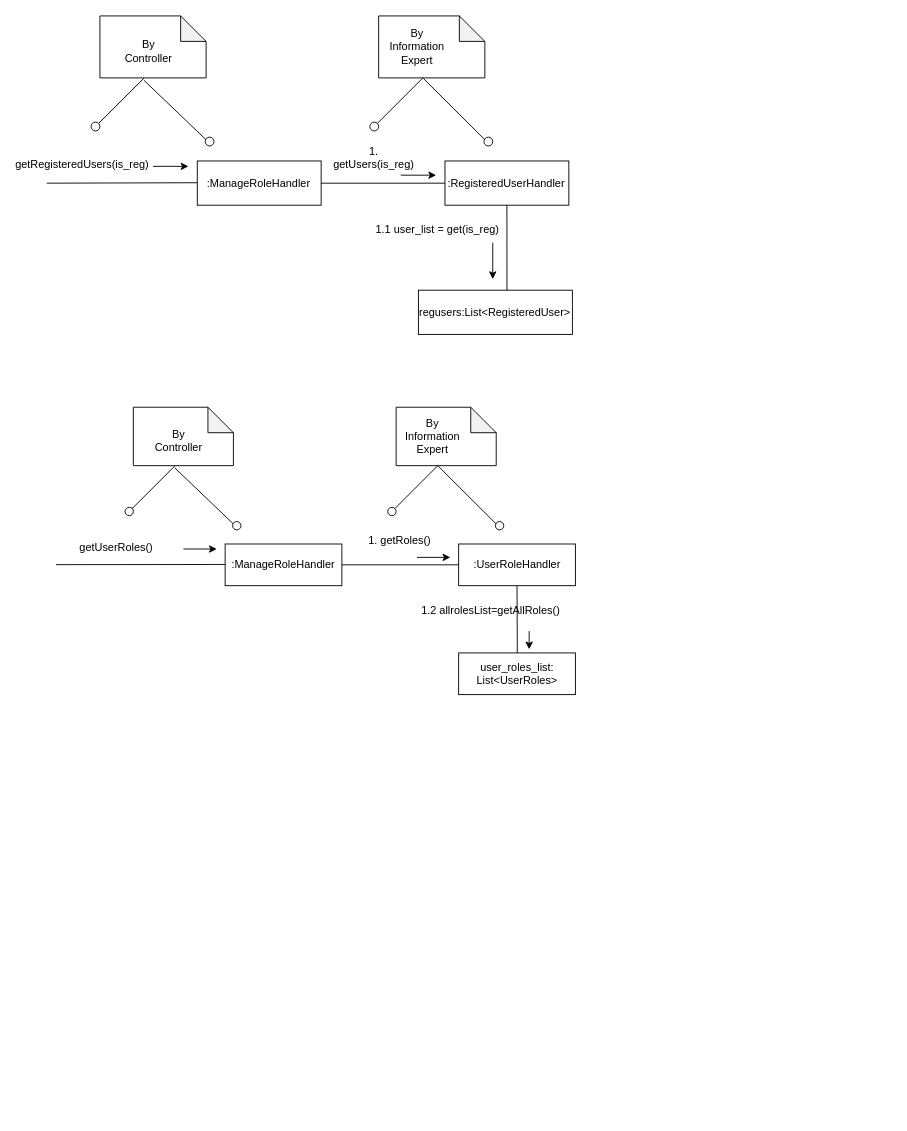
The draw.io diagram page "Page-1" (1 of 3) of operation_diagram_1.drawio in jonamadk/DrawIO, before the edit. Source tidied: cells renumbered, new cells numbered last; positions are measured from the earlier drawing's top-left corner, leaving out a move shared by most shapes. Both pictures are drawn from the tidied source at 91%, with x=0, y=0 at pixel (46, 15).
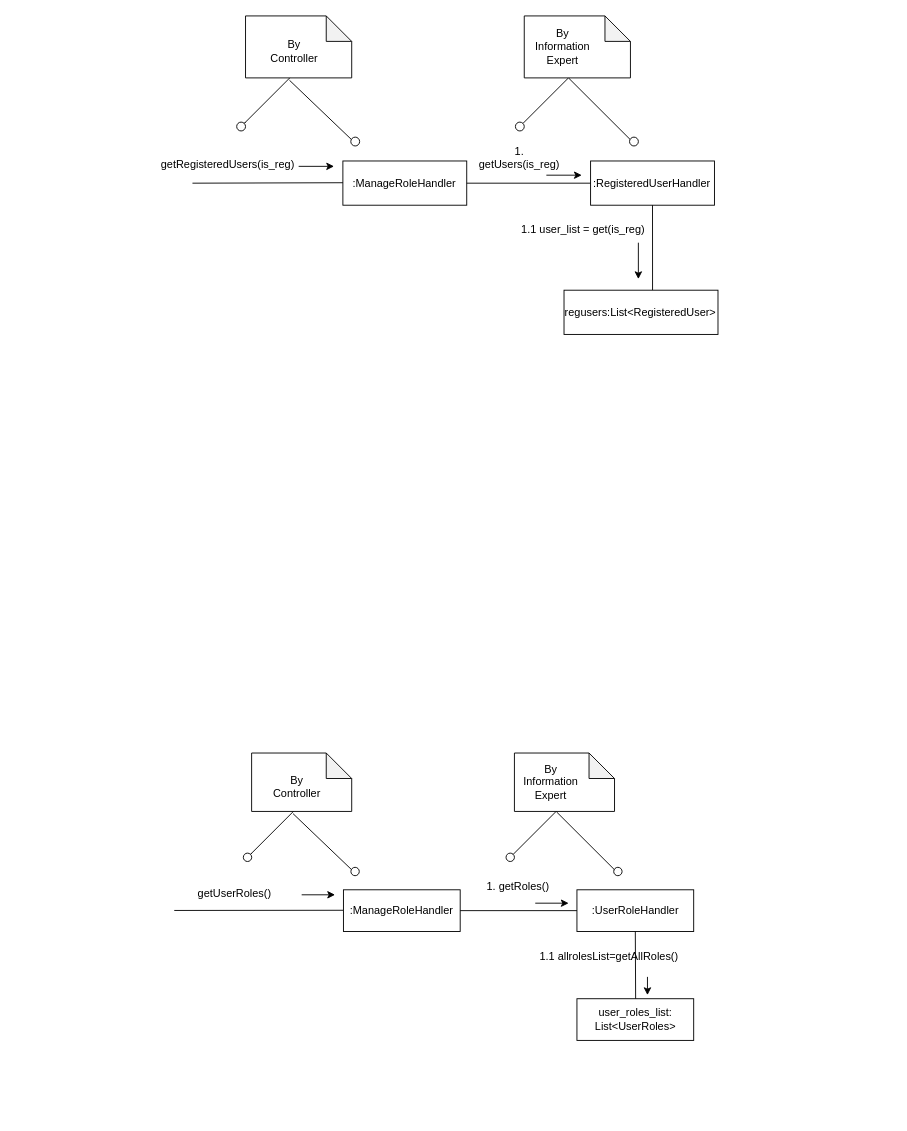
Above is the later version.

The change refers to these unchanged cells:
```xml
<mxCell id="30" style="group;" parent="28" vertex="1">
  <mxGeometry x="9.2" width="531.7" height="398.3" as="geometry" />
</mxCell>
```

Change to the diagram source:
```diff
@@
     <mxCell id="2" style="group;" parent="1" vertex="1">
-      <mxGeometry width="768.1" height="350" as="geometry" />
+      <mxGeometry x="160" width="768.1" height="350" as="geometry" />
     </mxCell>
@@
     <mxCell id="28" style="group;" parent="1" vertex="1">
-      <mxGeometry x="40" y="430" width="724.2" height="398.3" as="geometry" />
+      <mxGeometry x="170" y="810" width="724.2" height="398.3" as="geometry" />
     </mxCell>
@@
-    <mxCell id="48" value="1.2 allrolesList=getAllRoles()" style="text;html=1;align=center;verticalAlign=middle;whiteSpace=wrap;rounded=0;" parent="30" vertex="1">
+    <mxCell id="48" value="1.1 allrolesList=getAllRoles()" style="text;html=1;align=center;verticalAlign=middle;whiteSpace=wrap;rounded=0;" parent="30" vertex="1">
       <mxGeometry x="360.8" y="210" width="155.8" height="27.5" as="geometry" />
     </mxCell>
```
